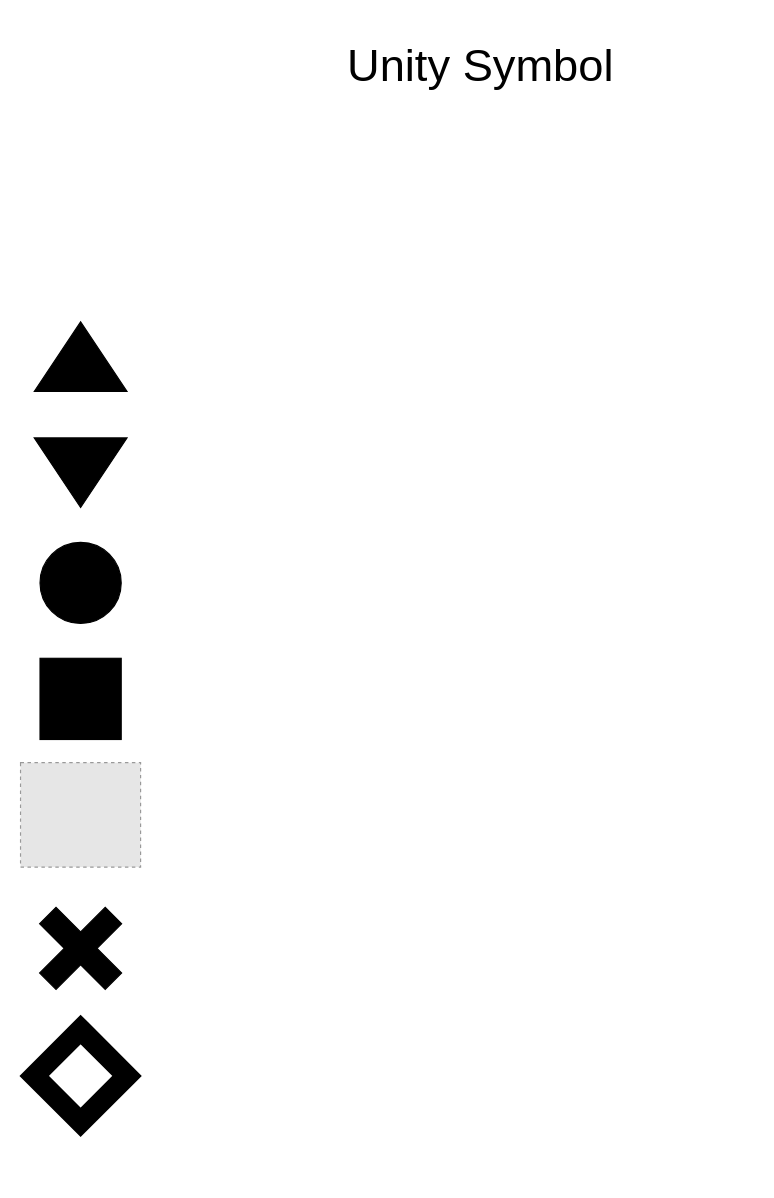
maulanaaghnii/propia keeps this draw.io diagram as Note Project Core/Unity Symbol.drawio. Above is the earlier version. Source tidied: cells renumbered, new cells numbered last; positions are measured from the earlier drawing's top-left corner, leaving out a move shared by most shapes. Both pictures are drawn from the tidied source at 116%, with x=0, y=0 at pixel (20, 20). Pictures stored in the file or linked from it are replaced by grey dashed boxes.
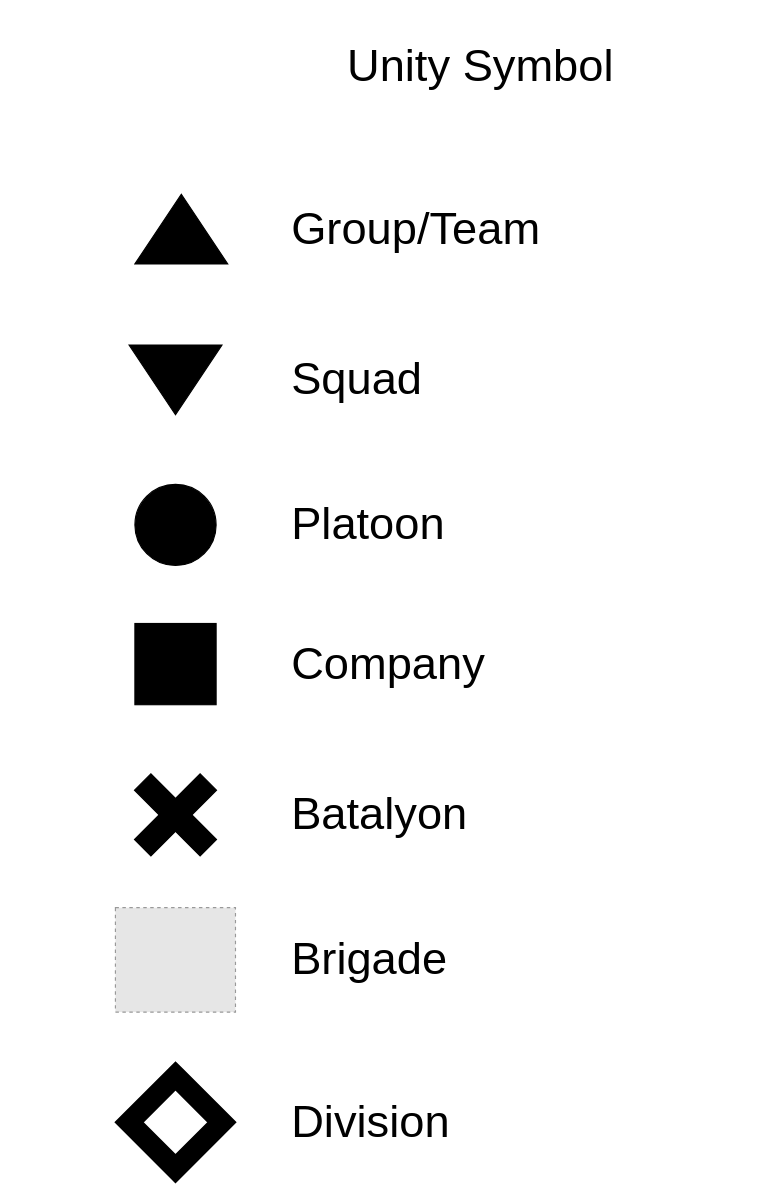
The same page after the edit.

The edit, as a diff of the source:
```diff
@@
 <mxGraphModel>
   <root>
     <mxCell id="0" />
     <mxCell id="1" parent="0" />
     <mxCell id="2" style="triangle;whiteSpace=wrap;html=1;rotation=-90;fillColor=#000000;" parent="1" vertex="1">
-      <mxGeometry x="22" y="250" width="60" height="80" as="geometry" />
+      <mxGeometry x="108.8" y="140" width="60" height="80" as="geometry" />
     </mxCell>
     <mxCell id="3" style="triangle;whiteSpace=wrap;html=1;rotation=90;fillColor=#000000;" parent="1" vertex="1">
-      <mxGeometry x="22" y="350" width="60" height="80" as="geometry" />
+      <mxGeometry x="103.8" y="270" width="60" height="80" as="geometry" />
     </mxCell>
     <mxCell id="4" style="ellipse;whiteSpace=wrap;html=1;fillColor=#000000;" parent="1" vertex="1">
-      <mxGeometry x="17" y="450" width="70" height="70" as="geometry" />
+      <mxGeometry x="98.8" y="400" width="70" height="70" as="geometry" />
     </mxCell>
     <mxCell id="5" style="whiteSpace=wrap;html=1;fillColor=#000000;" parent="1" vertex="1">
-      <mxGeometry x="17" y="550" width="70" height="70" as="geometry" />
+      <mxGeometry x="98.8" y="520" width="70" height="70" as="geometry" />
     </mxCell>
     <mxCell id="6" style="fillColor=#E6E6E6;strokeColor=#999999;dashed=1;verticalLabelPosition=bottom;labelBackgroundColor=#ffffff;verticalAlign=top;" parent="1" vertex="1">
-      <mxGeometry x="0.2" y="640" width="103.5" height="90" as="geometry" />
+      <mxGeometry x="82" y="765" width="103.5" height="90" as="geometry" />
     </mxCell>
     <mxCell id="7" style="rounded=0;whiteSpace=wrap;html=1;fillColor=#000000;rotation=-45;" parent="1" vertex="1">
-      <mxGeometry x="12" y="790" width="80" height="20" as="geometry" />
+      <mxGeometry x="93.8" y="675" width="80" height="20" as="geometry" />
     </mxCell>
     <mxCell id="8" style="rounded=0;whiteSpace=wrap;html=1;fillColor=#000000;rotation=45;" parent="1" vertex="1">
-      <mxGeometry x="12" y="790" width="80" height="20" as="geometry" />
+      <mxGeometry x="93.8" y="675" width="80" height="20" as="geometry" />
     </mxCell>
     <mxCell id="9" style="rhombus;whiteSpace=wrap;html=1;fillColor=none;strokeWidth=18;" parent="1" vertex="1">
-      <mxGeometry x="12" y="870" width="80" height="80" as="geometry" />
+      <mxGeometry x="93.8" y="910" width="80" height="80" as="geometry" />
     </mxCell>
     <mxCell id="10" value="&lt;font style=&quot;font-size: 39px&quot;&gt;Unity Symbol&lt;/font&gt;" style="text;html=1;strokeColor=none;fillColor=none;align=center;verticalAlign=middle;whiteSpace=wrap;rounded=0;" parent="1" vertex="1">
       <mxGeometry x="197" width="400" height="80" as="geometry" />
     </mxCell>
+    <mxCell id="11" value="&lt;span style=&quot;font-size: 39px&quot;&gt;Group/Team&lt;/span&gt;" style="text;html=1;strokeColor=none;fillColor=none;align=left;verticalAlign=middle;whiteSpace=wrap;rounded=0;" parent="1" vertex="1">
+      <mxGeometry x="232" y="140" width="400" height="80" as="geometry" />
+    </mxCell>
+    <mxCell id="12" value="&lt;span style=&quot;font-size: 39px&quot;&gt;Squad&lt;/span&gt;" style="text;html=1;strokeColor=none;fillColor=none;align=left;verticalAlign=middle;whiteSpace=wrap;rounded=0;" parent="1" vertex="1">
+      <mxGeometry x="232" y="270" width="400" height="80" as="geometry" />
+    </mxCell>
+    <mxCell id="13" value="&lt;span style=&quot;font-size: 39px&quot;&gt;Platoon&lt;/span&gt;" style="text;html=1;strokeColor=none;fillColor=none;align=left;verticalAlign=middle;whiteSpace=wrap;rounded=0;" parent="1" vertex="1">
+      <mxGeometry x="232" y="395" width="400" height="80" as="geometry" />
+    </mxCell>
+    <mxCell id="14" value="&lt;span style=&quot;font-size: 39px&quot;&gt;Company&lt;/span&gt;" style="text;html=1;strokeColor=none;fillColor=none;align=left;verticalAlign=middle;whiteSpace=wrap;rounded=0;" parent="1" vertex="1">
+      <mxGeometry x="232" y="515" width="400" height="80" as="geometry" />
+    </mxCell>
+    <mxCell id="15" value="&lt;span style=&quot;font-size: 39px&quot;&gt;Batalyon&lt;/span&gt;" style="text;html=1;strokeColor=none;fillColor=none;align=left;verticalAlign=middle;whiteSpace=wrap;rounded=0;" parent="1" vertex="1">
+      <mxGeometry x="232" y="645" width="400" height="80" as="geometry" />
+    </mxCell>
+    <mxCell id="16" value="&lt;span style=&quot;font-size: 39px&quot;&gt;Division&lt;/span&gt;" style="text;html=1;strokeColor=none;fillColor=none;align=left;verticalAlign=middle;whiteSpace=wrap;rounded=0;" parent="1" vertex="1">
+      <mxGeometry x="232" y="910" width="400" height="80" as="geometry" />
+    </mxCell>
+    <mxCell id="17" value="&lt;span style=&quot;font-size: 39px&quot;&gt;Brigade&lt;/span&gt;" style="text;html=1;strokeColor=none;fillColor=none;align=left;verticalAlign=middle;whiteSpace=wrap;rounded=0;" parent="1" vertex="1">
+      <mxGeometry x="232" y="770" width="400" height="80" as="geometry" />
+    </mxCell>
   </root>
 </mxGraphModel>
```
